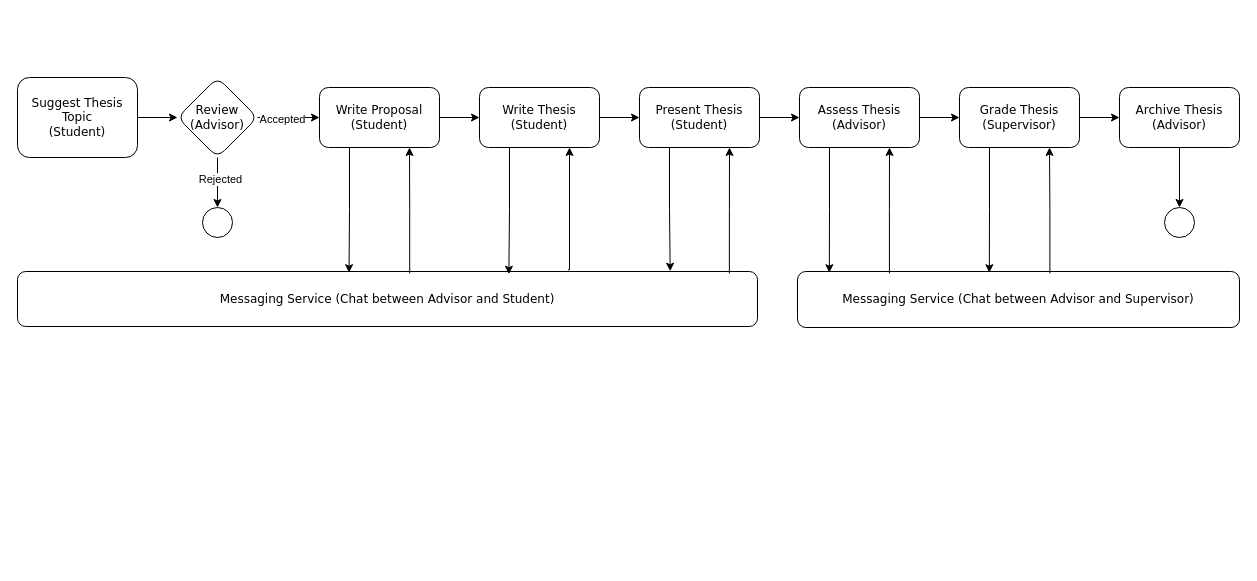
Before: existing-process.drawio in fabian-emilius/bachelor-thesis-charts, a draw.io diagram. Source tidied: cells renumbered, new cells numbered last; positions are measured from the earlier drawing's top-left corner, leaving out a move shared by most shapes. Both pictures are drawn from the tidied source at 100%, with x=0, y=0 at pixel (17, 77).
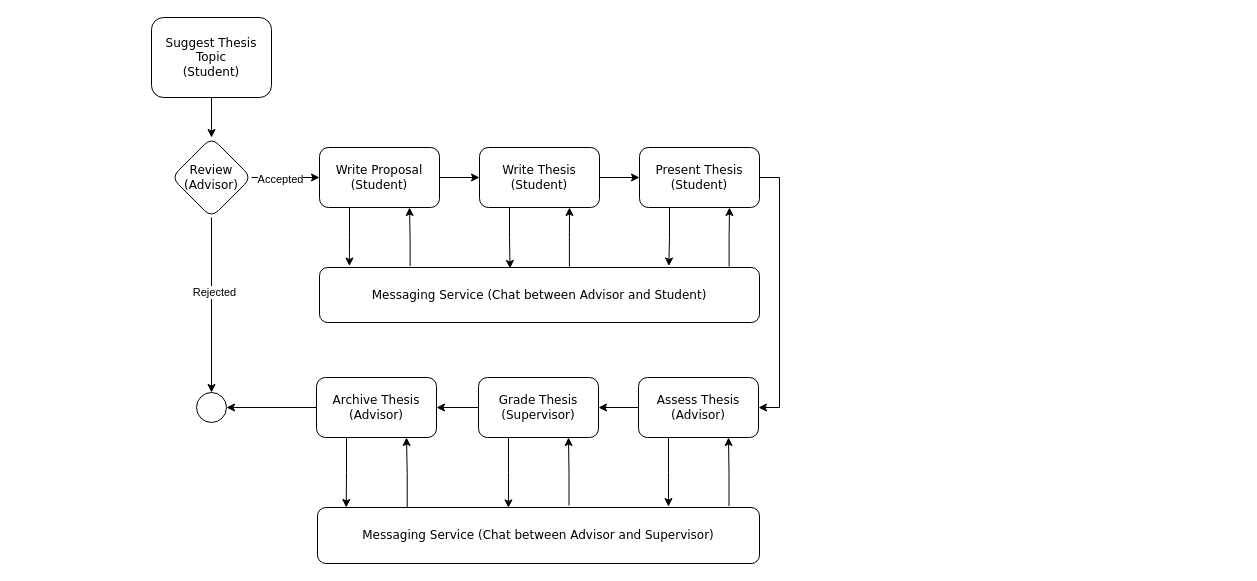
Above is the later version.

The change refers to these unchanged cells:
```xml
<mxCell id="7" style="edgeStyle=orthogonalEdgeStyle;rounded=0;jettySize=auto;html=1;" parent="1" edge="1" source="9" target="12">
  <mxGeometry relative="1" as="geometry" />
</mxCell>
```

What changed in the source:
```diff
@@
     <mxCell id="3" value="Suggest Thesis Topic&lt;div&gt;(Student)&lt;/div&gt;" style="rounded=1;whiteSpace=wrap;html=1;shadow=0;labelBackgroundColor=none;strokeWidth=1;fontFamily=Verdana;fontSize=12;align=center;" parent="1" vertex="1">
-      <mxGeometry width="120" height="80" as="geometry" />
+      <mxGeometry x="134" y="-60" width="120" height="80" as="geometry" />
     </mxCell>
     <mxCell id="4" value="Messaging Service (Chat between Advisor and Student)" style="rounded=1;whiteSpace=wrap;html=1;shadow=0;labelBackgroundColor=none;strokeWidth=1;fontFamily=Verdana;fontSize=12;align=center;" parent="1" vertex="1">
-      <mxGeometry y="194" width="740" height="55" as="geometry" />
+      <mxGeometry x="302" y="190" width="440" height="55" as="geometry" />
     </mxCell>
-    <mxCell id="5" style="edgeStyle=orthogonalEdgeStyle;rounded=0;jettySize=auto;html=1;" parent="1" edge="1" source="9" target="10">
+    <mxCell id="5" style="edgeStyle=orthogonalEdgeStyle;rounded=0;jettySize=auto;html=1;entryX=0.5;entryY=0;entryDx=0;entryDy=0;" parent="1" edge="1" source="9" target="24">
       <mxGeometry relative="1" as="geometry" />
     </mxCell>
@@
     <mxCell id="8" value="Accepted" style="edgeLabel;html=1;align=center;verticalAlign=middle;" parent="7" vertex="1">
-      <mxGeometry x="-0.23" y="-1" relative="1" as="geometry" />
+      <mxGeometry x="-0.23" y="-1" relative="1" as="geometry">
+        <mxPoint x="2" as="offset" />
+      </mxGeometry>
     </mxCell>
     <mxCell id="9" value="Review&lt;div&gt;(Advisor)&lt;/div&gt;" style="rhombus;whiteSpace=wrap;html=1;fontFamily=Verdana;rounded=1;shadow=0;labelBackgroundColor=none;strokeWidth=1;" parent="1" vertex="1">
-      <mxGeometry x="160" width="80" height="80" as="geometry" />
+      <mxGeometry x="154" y="60" width="80" height="80" as="geometry" />
     </mxCell>
-    <mxCell id="10" style="ellipse;whiteSpace=wrap;html=1;fontFamily=Verdana;rounded=1;shadow=0;labelBackgroundColor=none;strokeWidth=1;" parent="1" vertex="1">
-      <mxGeometry x="185" y="130" width="30" height="30" as="geometry" />
-    </mxCell>
@@
     <mxCell id="12" value="Write Proposal&lt;div&gt;(Student)&lt;/div&gt;" style="whiteSpace=wrap;html=1;fontFamily=Verdana;rounded=1;shadow=0;labelBackgroundColor=none;strokeWidth=1;" parent="1" vertex="1">
-      <mxGeometry x="302" y="10" width="120" height="60" as="geometry" />
+      <mxGeometry x="302" y="70" width="120" height="60" as="geometry" />
     </mxCell>
@@
     <mxCell id="14" value="Write Thesis&lt;div&gt;(Student)&lt;/div&gt;" style="whiteSpace=wrap;html=1;fontFamily=Verdana;rounded=1;shadow=0;labelBackgroundColor=none;strokeWidth=1;" parent="1" vertex="1">
-      <mxGeometry x="462" y="10" width="120" height="60" as="geometry" />
+      <mxGeometry x="462" y="70" width="120" height="60" as="geometry" />
     </mxCell>
-    <mxCell id="15" style="edgeStyle=orthogonalEdgeStyle;rounded=0;jettySize=auto;html=1;" parent="1" edge="1" source="16" target="18">
+    <mxCell id="15" style="edgeStyle=orthogonalEdgeStyle;rounded=0;jettySize=auto;html=1;exitX=1;exitY=0.5;exitDx=0;exitDy=0;entryX=1;entryY=0.5;entryDx=0;entryDy=0;" parent="1" edge="1" source="16" target="18">
       <mxGeometry relative="1" as="geometry" />
     </mxCell>
     <mxCell id="16" value="Present Thesis&lt;div&gt;(Student)&lt;/div&gt;" style="whiteSpace=wrap;html=1;fontFamily=Verdana;rounded=1;shadow=0;labelBackgroundColor=none;strokeWidth=1;" parent="1" vertex="1">
-      <mxGeometry x="622" y="10" width="120" height="60" as="geometry" />
+      <mxGeometry x="622" y="70" width="120" height="60" as="geometry" />
     </mxCell>
-    <mxCell id="17" style="edgeStyle=orthogonalEdgeStyle;rounded=0;jettySize=auto;html=1;" parent="1" edge="1" source="18" target="20">
+    <mxCell id="17" style="edgeStyle=orthogonalEdgeStyle;rounded=0;jettySize=auto;html=1;exitX=0;exitY=0.5;exitDx=0;exitDy=0;entryX=1;entryY=0.5;entryDx=0;entryDy=0;" parent="1" edge="1" source="18" target="20">
       <mxGeometry relative="1" as="geometry" />
     </mxCell>
     <mxCell id="18" value="Assess Thesis&lt;div&gt;(Advisor)&lt;/div&gt;" style="whiteSpace=wrap;html=1;fontFamily=Verdana;rounded=1;shadow=0;labelBackgroundColor=none;strokeWidth=1;" parent="1" vertex="1">
-      <mxGeometry x="782" y="10" width="120" height="60" as="geometry" />
+      <mxGeometry x="621" y="300" width="120" height="60" as="geometry" />
     </mxCell>
-    <mxCell id="19" style="edgeStyle=orthogonalEdgeStyle;rounded=0;jettySize=auto;html=1;" parent="1" edge="1" source="20" target="22">
+    <mxCell id="19" style="edgeStyle=orthogonalEdgeStyle;rounded=0;jettySize=auto;html=1;exitX=0;exitY=0.5;exitDx=0;exitDy=0;entryX=1;entryY=0.5;entryDx=0;entryDy=0;" parent="1" edge="1" source="20" target="22">
       <mxGeometry relative="1" as="geometry" />
     </mxCell>
     <mxCell id="20" value="Grade Thesis&lt;div&gt;(Supervisor)&lt;/div&gt;" style="whiteSpace=wrap;html=1;fontFamily=Verdana;rounded=1;shadow=0;labelBackgroundColor=none;strokeWidth=1;" parent="1" vertex="1">
-      <mxGeometry x="942" y="10" width="120" height="60" as="geometry" />
+      <mxGeometry x="461" y="300" width="120" height="60" as="geometry" />
     </mxCell>
@@
     <mxCell id="22" value="Archive Thesis&lt;div&gt;(Advisor)&lt;/div&gt;" style="whiteSpace=wrap;html=1;fontFamily=Verdana;rounded=1;shadow=0;labelBackgroundColor=none;strokeWidth=1;" parent="1" vertex="1">
-      <mxGeometry x="1102" y="10" width="120" height="60" as="geometry" />
+      <mxGeometry x="299" y="300" width="120" height="60" as="geometry" />
     </mxCell>
     <mxCell id="23" value="Messaging Service (Chat between Advisor and Supervisor)" style="whiteSpace=wrap;html=1;fontFamily=Verdana;rounded=1;shadow=0;labelBackgroundColor=none;strokeWidth=1;" parent="1" vertex="1">
-      <mxGeometry x="780" y="194" width="442" height="56" as="geometry" />
+      <mxGeometry x="300" y="430" width="442" height="56" as="geometry" />
     </mxCell>
     <mxCell id="24" style="ellipse;whiteSpace=wrap;html=1;fontFamily=Verdana;rounded=1;shadow=0;labelBackgroundColor=none;strokeWidth=1;" parent="1" vertex="1">
-      <mxGeometry x="1147" y="130" width="30" height="30" as="geometry" />
+      <mxGeometry x="179" y="315" width="30" height="30" as="geometry" />
     </mxCell>
-    <mxCell id="25" style="edgeStyle=orthogonalEdgeStyle;rounded=0;jettySize=auto;html=1;exitX=0.25;exitY=1;exitDx=0;exitDy=0;entryX=0.448;entryY=0.022;entryDx=0;entryDy=0;entryPerimeter=0;" parent="1" edge="1" source="12" target="4">
+    <mxCell id="25" style="edgeStyle=orthogonalEdgeStyle;rounded=0;jettySize=auto;html=1;exitX=0.25;exitY=1;exitDx=0;exitDy=0;entryX=0.068;entryY=-0.027;entryDx=0;entryDy=0;entryPerimeter=0;" parent="1" edge="1" source="12" target="4">
       <mxGeometry relative="1" as="geometry" />
     </mxCell>
-    <mxCell id="26" style="edgeStyle=orthogonalEdgeStyle;rounded=0;jettySize=auto;html=1;exitX=0.53;exitY=0.036;exitDx=0;exitDy=0;entryX=0.75;entryY=1;entryDx=0;entryDy=0;exitPerimeter=0;" parent="1" edge="1" source="4" target="12">
+    <mxCell id="26" style="edgeStyle=orthogonalEdgeStyle;rounded=0;jettySize=auto;html=1;exitX=0.206;exitY=-0.027;exitDx=0;exitDy=0;entryX=0.75;entryY=1;entryDx=0;entryDy=0;exitPerimeter=0;" parent="1" edge="1" source="4" target="12">
       <mxGeometry relative="1" as="geometry" />
     </mxCell>
-    <mxCell id="27" style="edgeStyle=orthogonalEdgeStyle;rounded=0;jettySize=auto;html=1;exitX=0.25;exitY=1;exitDx=0;exitDy=0;entryX=0.664;entryY=0.049;entryDx=0;entryDy=0;entryPerimeter=0;" parent="1" edge="1" source="14" target="4">
+    <mxCell id="27" style="edgeStyle=orthogonalEdgeStyle;rounded=0;jettySize=auto;html=1;exitX=0.25;exitY=1;exitDx=0;exitDy=0;entryX=0.433;entryY=0.017;entryDx=0;entryDy=0;entryPerimeter=0;" parent="1" edge="1" source="14" target="4">
       <mxGeometry relative="1" as="geometry" />
     </mxCell>
-    <mxCell id="28" style="edgeStyle=orthogonalEdgeStyle;rounded=0;jettySize=auto;html=1;exitX=0.744;exitY=-0.032;exitDx=0;exitDy=0;entryX=0.75;entryY=1;entryDx=0;entryDy=0;exitPerimeter=0;" parent="1" edge="1" source="4" target="14">
-      <mxGeometry relative="1" as="geometry">
-        <Array as="points">
-          <mxPoint x="552" y="192" />
-        </Array>
-      </mxGeometry>
+    <mxCell id="28" style="edgeStyle=orthogonalEdgeStyle;rounded=0;jettySize=auto;html=1;exitX=0.568;exitY=-0.016;exitDx=0;exitDy=0;entryX=0.75;entryY=1;entryDx=0;entryDy=0;exitPerimeter=0;" parent="1" edge="1" source="4" target="14">
+      <mxGeometry relative="1" as="geometry" />
     </mxCell>
-    <mxCell id="29" style="edgeStyle=orthogonalEdgeStyle;rounded=0;jettySize=auto;html=1;exitX=0.25;exitY=1;exitDx=0;exitDy=0;entryX=0.882;entryY=-0.005;entryDx=0;entryDy=0;entryPerimeter=0;" parent="1" edge="1" source="16" target="4">
+    <mxCell id="29" style="edgeStyle=orthogonalEdgeStyle;rounded=0;jettySize=auto;html=1;exitX=0.25;exitY=1;exitDx=0;exitDy=0;entryX=0.794;entryY=-0.027;entryDx=0;entryDy=0;entryPerimeter=0;" parent="1" edge="1" source="16" target="4">
       <mxGeometry relative="1" as="geometry" />
     </mxCell>
-    <mxCell id="30" style="edgeStyle=orthogonalEdgeStyle;rounded=0;jettySize=auto;html=1;exitX=0.962;exitY=0.036;exitDx=0;exitDy=0;entryX=0.75;entryY=1;entryDx=0;entryDy=0;exitPerimeter=0;" parent="1" edge="1" source="4" target="16">
+    <mxCell id="30" style="edgeStyle=orthogonalEdgeStyle;rounded=0;jettySize=auto;html=1;exitX=0.931;exitY=-0.016;exitDx=0;exitDy=0;entryX=0.75;entryY=1;entryDx=0;entryDy=0;exitPerimeter=0;" parent="1" edge="1" source="4" target="16">
       <mxGeometry relative="1" as="geometry" />
     </mxCell>
-    <mxCell id="31" style="edgeStyle=orthogonalEdgeStyle;rounded=0;jettySize=auto;html=1;exitX=0.25;exitY=1;exitDx=0;exitDy=0;entryX=0.072;entryY=0.022;entryDx=0;entryDy=0;entryPerimeter=0;" parent="1" edge="1" source="18" target="23">
+    <mxCell id="31" style="edgeStyle=orthogonalEdgeStyle;rounded=0;jettySize=auto;html=1;exitX=0.25;exitY=1;exitDx=0;exitDy=0;entryX=0.794;entryY=-0.016;entryDx=0;entryDy=0;entryPerimeter=0;" parent="1" edge="1" source="18" target="23">
       <mxGeometry relative="1" as="geometry" />
     </mxCell>
-    <mxCell id="32" style="edgeStyle=orthogonalEdgeStyle;rounded=0;jettySize=auto;html=1;exitX=0.208;exitY=0.035;exitDx=0;exitDy=0;entryX=0.75;entryY=1;entryDx=0;entryDy=0;exitPerimeter=0;" parent="1" edge="1" source="23" target="18">
+    <mxCell id="32" style="edgeStyle=orthogonalEdgeStyle;rounded=0;jettySize=auto;html=1;exitX=0.931;exitY=-0.027;exitDx=0;exitDy=0;entryX=0.75;entryY=1;entryDx=0;entryDy=0;exitPerimeter=0;" parent="1" edge="1" source="23" target="18">
       <mxGeometry relative="1" as="geometry" />
     </mxCell>
-    <mxCell id="33" style="edgeStyle=orthogonalEdgeStyle;rounded=0;jettySize=auto;html=1;exitX=0.25;exitY=1;exitDx=0;exitDy=0;entryX=0.434;entryY=0.022;entryDx=0;entryDy=0;entryPerimeter=0;" parent="1" edge="1" source="20" target="23">
+    <mxCell id="33" style="edgeStyle=orthogonalEdgeStyle;rounded=0;jettySize=auto;html=1;exitX=0.25;exitY=1;exitDx=0;exitDy=0;entryX=0.432;entryY=0.006;entryDx=0;entryDy=0;entryPerimeter=0;" parent="1" edge="1" source="20" target="23">
       <mxGeometry relative="1" as="geometry" />
     </mxCell>
-    <mxCell id="34" style="edgeStyle=orthogonalEdgeStyle;rounded=0;jettySize=auto;html=1;exitX=0.571;exitY=0.035;exitDx=0;exitDy=0;entryX=0.75;entryY=1;entryDx=0;entryDy=0;exitPerimeter=0;" parent="1" edge="1" source="23" target="20">
+    <mxCell id="34" style="edgeStyle=orthogonalEdgeStyle;rounded=0;jettySize=auto;html=1;exitX=0.569;exitY=-0.037;exitDx=0;exitDy=0;entryX=0.75;entryY=1;entryDx=0;entryDy=0;exitPerimeter=0;" parent="1" edge="1" source="23" target="20">
       <mxGeometry relative="1" as="geometry" />
     </mxCell>
+    <mxCell id="35" style="edgeStyle=orthogonalEdgeStyle;rounded=0;jettySize=auto;html=1;exitX=0.25;exitY=1;exitDx=0;exitDy=0;entryX=0.065;entryY=0;entryDx=0;entryDy=0;entryPerimeter=0;" parent="1" edge="1" source="22" target="23">
+      <mxGeometry relative="1" as="geometry" />
+    </mxCell>
+    <mxCell id="36" style="edgeStyle=orthogonalEdgeStyle;rounded=0;jettySize=auto;html=1;exitX=0.203;exitY=0.006;exitDx=0;exitDy=0;entryX=0.75;entryY=1;entryDx=0;entryDy=0;exitPerimeter=0;" parent="1" edge="1" source="23" target="22">
+      <mxGeometry relative="1" as="geometry" />
+    </mxCell>
```
